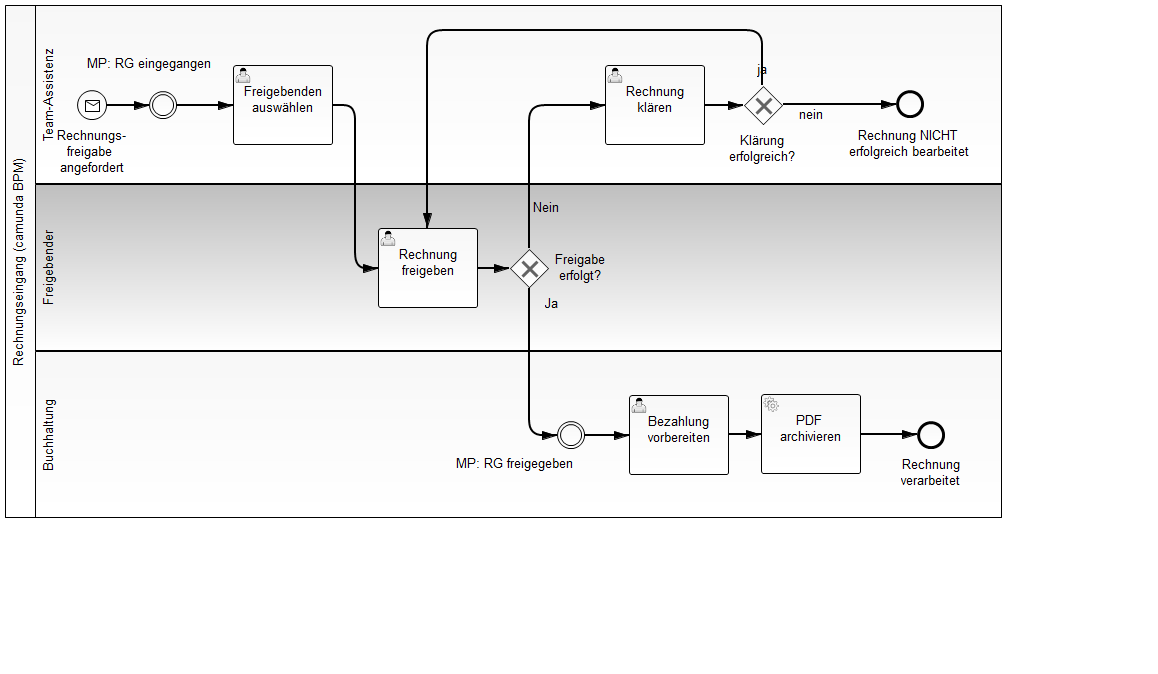
Earlier version of the BPMN export invoice-en/src/main/resources/camunda-invoice-de.png (camunda-consulting/camunda-7-code-examples). Its source is kept beside it as invoice-en/src/main/resources/camunda-invoice-de.bpmn. Ids are renumbered.
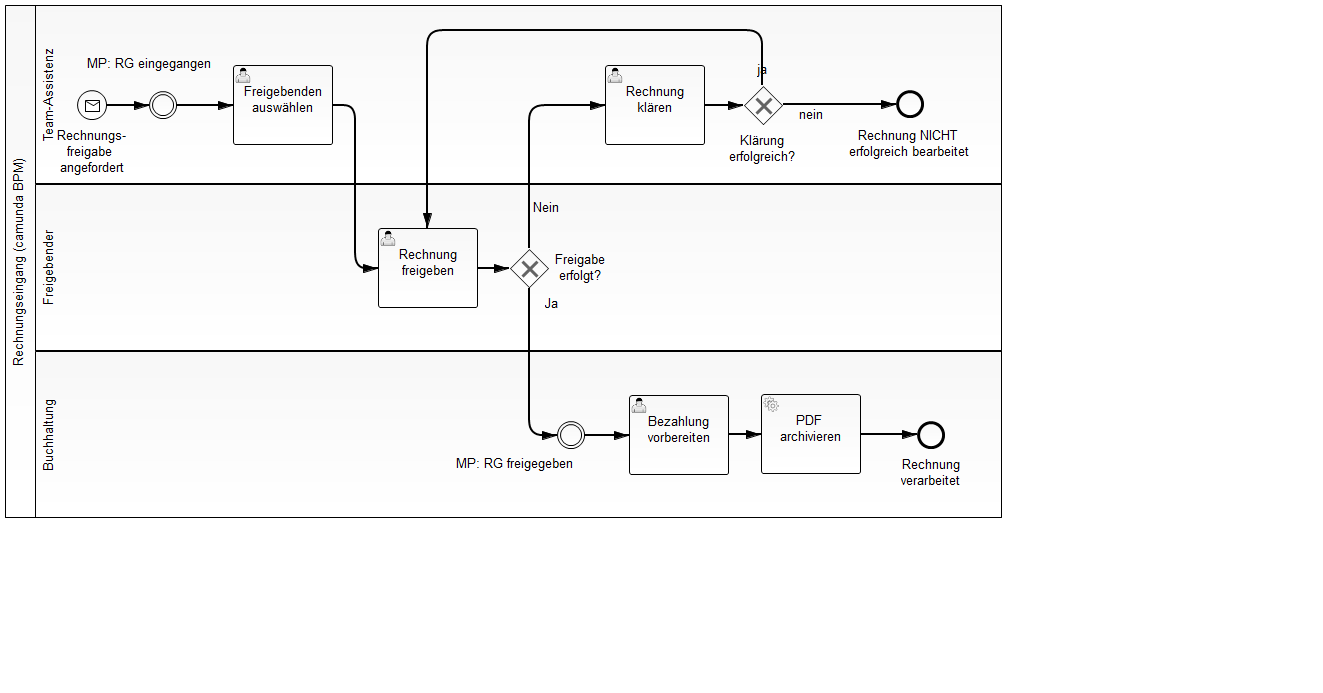
Later version of the same file.

Commit message:
Changed camunda fox to camunda BPM and fix testcase.

Diff of the diagram source:
```diff
@@ -17,12 +17,12 @@
         <flowNodeRef>IntermediateThrowEvent_2</flowNodeRef>
       </lane>
       <lane id="sid-350FDA87-B083-4C67-91CF-20E0A291920A" name="Freigebender">
-        <flowNodeRef>sid-75ABF6BF-1CA5-4CC2-9787-600855885947</flowNodeRef>
+        <flowNodeRef>approveInvoice</flowNodeRef>
         <flowNodeRef>Freigabe_erfolgt__131</flowNodeRef>
       </lane>
       <lane id="sid-6819245D-1995-4FA2-B0DB-A6CECBB2CFE9" name="Buchhaltung">
         <flowNodeRef>archive-pdf</flowNodeRef>
-        <flowNodeRef>sid-39BC837C-A028-4F8D-A998-CDB68643E87D</flowNodeRef>
+        <flowNodeRef>prepareBankTransfer</flowNodeRef>
         <flowNodeRef>sid-A1773E2F-398F-4D9E-8B3D-A221E110A432</flowNodeRef>
         <flowNodeRef>IntermediateThrowEvent_3</flowNodeRef>
       </lane>
@@ -39,7 +39,7 @@
     <endEvent id="endEvent_165" name="Rechnung NICHT &#xD;&#xA;erfolgreich bearbeitet">
       <incoming>nein_185</incoming>
     </endEvent>
-    <userTask id="sid-75ABF6BF-1CA5-4CC2-9787-600855885947" camunda:assignee="#{approver}" camunda:formKey="app:approveInvoice.jsf" name="Rechnung freigeben" implementation="webService">
+    <userTask id="approveInvoice" camunda:assignee="#{approver}" camunda:formKey="app:approveInvoice.jsf" name="Rechnung freigeben" implementation="webService">
       <incoming>SequenceFlow_9</incoming>
       <incoming>sid-D4EA8617-0104-40EB-A520-7876DF2AAF81</incoming>
       <outgoing>sid-B6A18F1D-7A5D-4236-ACD1-2E7D06561B47</outgoing>
@@ -48,8 +48,8 @@
     <sequenceFlow id="nein_185" name="nein" isImmediate="true" sourceRef="Kl_rung_erfolgreich__153" targetRef="endEvent_165">
       <conditionExpression xsi:type="tFormalExpression" id="sid-8c104f0c-bc7c-4aed-be5b-6643d6965fe1">${!clarified.equals('yes')}</conditionExpression>
     </sequenceFlow>
-    <sequenceFlow id="sid-B6A18F1D-7A5D-4236-ACD1-2E7D06561B47" name="" isImmediate="true" sourceRef="sid-75ABF6BF-1CA5-4CC2-9787-600855885947" targetRef="Freigabe_erfolgt__131"/>
-    <sequenceFlow id="sid-D4EA8617-0104-40EB-A520-7876DF2AAF81" name="ja" isImmediate="true" sourceRef="Kl_rung_erfolgreich__153" targetRef="sid-75ABF6BF-1CA5-4CC2-9787-600855885947">
+    <sequenceFlow id="sid-B6A18F1D-7A5D-4236-ACD1-2E7D06561B47" name="" isImmediate="true" sourceRef="approveInvoice" targetRef="Freigabe_erfolgt__131"/>
+    <sequenceFlow id="sid-D4EA8617-0104-40EB-A520-7876DF2AAF81" name="ja" isImmediate="true" sourceRef="Kl_rung_erfolgreich__153" targetRef="approveInvoice">
       <conditionExpression xsi:type="tFormalExpression" id="sid-47cf8644-690c-41da-a574-39dac3ea4a40">${clarified.equals('yes')}</conditionExpression>
     </sequenceFlow>
     <startEvent id="sid-F97B4602-EE39-4C6F-B5CE-93543E5B815F" camunda:formKey="app:startProcess.jsf" name="Rechnungs-&#xA;freigabe &#xA;angefordert">
@@ -62,7 +62,7 @@
       <incoming>SequenceFlow_5</incoming>
       <outgoing>SequenceFlow_9</outgoing>
     </userTask>
-    <sequenceFlow id="SequenceFlow_9" name="" sourceRef="user-task-select-approver" targetRef="sid-75ABF6BF-1CA5-4CC2-9787-600855885947"/>
+    <sequenceFlow id="SequenceFlow_9" name="" sourceRef="user-task-select-approver" targetRef="approveInvoice"/>
     <intermediateThrowEvent id="IntermediateThrowEvent_2" name="MP: RG eingegangen">
       <incoming>SequenceFlow_4</incoming>
       <outgoing>SequenceFlow_5</outgoing>
@@ -83,11 +83,11 @@
       <incoming>sid-A377F224-BACC-45CB-A249-D4029CA531AF</incoming>
       <outgoing>SequenceFlow_10</outgoing>
     </serviceTask>
-    <userTask id="sid-39BC837C-A028-4F8D-A998-CDB68643E87D" camunda:candidateGroups="accounting" camunda:formKey="app:prepareBankTransfer.jsf" name="Bezahlung vorbereiten" implementation="webService">
+    <userTask id="prepareBankTransfer" camunda:candidateGroups="accounting" camunda:formKey="app:prepareBankTransfer.jsf" name="Bezahlung vorbereiten" implementation="webService">
       <incoming>SequenceFlow_6</incoming>
       <outgoing>sid-A377F224-BACC-45CB-A249-D4029CA531AF</outgoing>
     </userTask>
-    <sequenceFlow id="sid-A377F224-BACC-45CB-A249-D4029CA531AF" name="" isImmediate="true" sourceRef="sid-39BC837C-A028-4F8D-A998-CDB68643E87D" targetRef="archive-pdf"/>
+    <sequenceFlow id="sid-A377F224-BACC-45CB-A249-D4029CA531AF" name="" isImmediate="true" sourceRef="prepareBankTransfer" targetRef="archive-pdf"/>
     <sequenceFlow id="SequenceFlow_10" name="" sourceRef="archive-pdf" targetRef="sid-A1773E2F-398F-4D9E-8B3D-A221E110A432"/>
     <endEvent id="sid-A1773E2F-398F-4D9E-8B3D-A221E110A432" name="Rechnung&#xA;verarbeitet">
       <incoming>SequenceFlow_10</incoming>
@@ -96,7 +96,7 @@
       <incoming>flow-approved</incoming>
       <outgoing>SequenceFlow_6</outgoing>
     </intermediateThrowEvent>
-    <sequenceFlow id="SequenceFlow_6" name="" sourceRef="IntermediateThrowEvent_3" targetRef="sid-39BC837C-A028-4F8D-A998-CDB68643E87D"/>
+    <sequenceFlow id="SequenceFlow_6" name="" sourceRef="IntermediateThrowEvent_3" targetRef="prepareBankTransfer"/>
   </process>
   <bpmndi:BPMNDiagram id="sid-52e30333-ade0-4151-8889-68911a162a55">
     <bpmndi:BPMNPlane id="sid-cde7edeb-b640-463e-a685-7d69d5aceeed" bpmnElement="sid-e6431fde-b49b-4143-9ae7-4cae0e062c2a">
@@ -136,7 +136,7 @@
           <omgdc:Bounds height="38.0" width="126.0" x="842.0" y="120.0"/>
         </bpmndi:BPMNLabel>
       </bpmndi:BPMNShape>
-      <bpmndi:BPMNShape id="sid-75ABF6BF-1CA5-4CC2-9787-600855885947_gui" bpmnElement="sid-75ABF6BF-1CA5-4CC2-9787-600855885947">
+      <bpmndi:BPMNShape id="sid-75ABF6BF-1CA5-4CC2-9787-600855885947_gui" bpmnElement="approveInvoice">
         <omgdc:Bounds height="80.0" width="100.0" x="373.0" y="223.0"/>
       </bpmndi:BPMNShape>
       <bpmndi:BPMNShape id="Freigabe_erfolgt__131_gui" bpmnElement="Freigabe_erfolgt__131" isMarkerVisible="true">
@@ -145,7 +145,7 @@
           <omgdc:Bounds height="38.0" width="66.0" x="543.0" y="244.0"/>
         </bpmndi:BPMNLabel>
       </bpmndi:BPMNShape>
-      <bpmndi:BPMNShape id="sid-39BC837C-A028-4F8D-A998-CDB68643E87D_gui" bpmnElement="sid-39BC837C-A028-4F8D-A998-CDB68643E87D">
+      <bpmndi:BPMNShape id="sid-39BC837C-A028-4F8D-A998-CDB68643E87D_gui" bpmnElement="prepareBankTransfer">
         <omgdc:Bounds height="80.0" width="100.0" x="624.0" y="390.0"/>
       </bpmndi:BPMNShape>
       <bpmndi:BPMNShape id="archive-pdf_gui" bpmnElement="archive-pdf">
```
